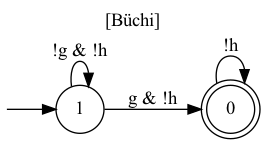
This is dfa1.png from YuliiaSuprun/Task-Planning-with-TEGs, a Graphviz export, as it was before one commit. Its source is kept beside it as dfa1.dot. Its diagram source:
```dot
digraph "" {
  rankdir=LR
  label="[Büchi]"
  labelloc="t"
  node [shape="circle"]
  I [label="", style=invis, width=0]
  I -> 1
  0 [label="0", peripheries=2]
  0 -> 0 [label="!h"]
  1 [label="1"]
  1 -> 0 [label="g & !h"]
  1 -> 1 [label="!g & !h"]
}
```
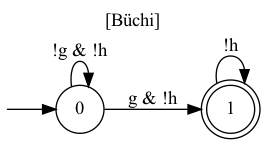
Later version of the same file.

What changed in the source:
```diff
@@ -4,10 +4,10 @@
   labelloc="t"
   node [shape="circle"]
   I [label="", style=invis, width=0]
-  I -> 1
-  0 [label="0", peripheries=2]
-  0 -> 0 [label="!h"]
-  1 [label="1"]
-  1 -> 0 [label="g & !h"]
-  1 -> 1 [label="!g & !h"]
+  I -> 0
+  0 [label="0"]
+  0 -> 0 [label="!g & !h"]
+  0 -> 1 [label="g & !h"]
+  1 [label="1", peripheries=2]
+  1 -> 1 [label="!h"]
 }
```
